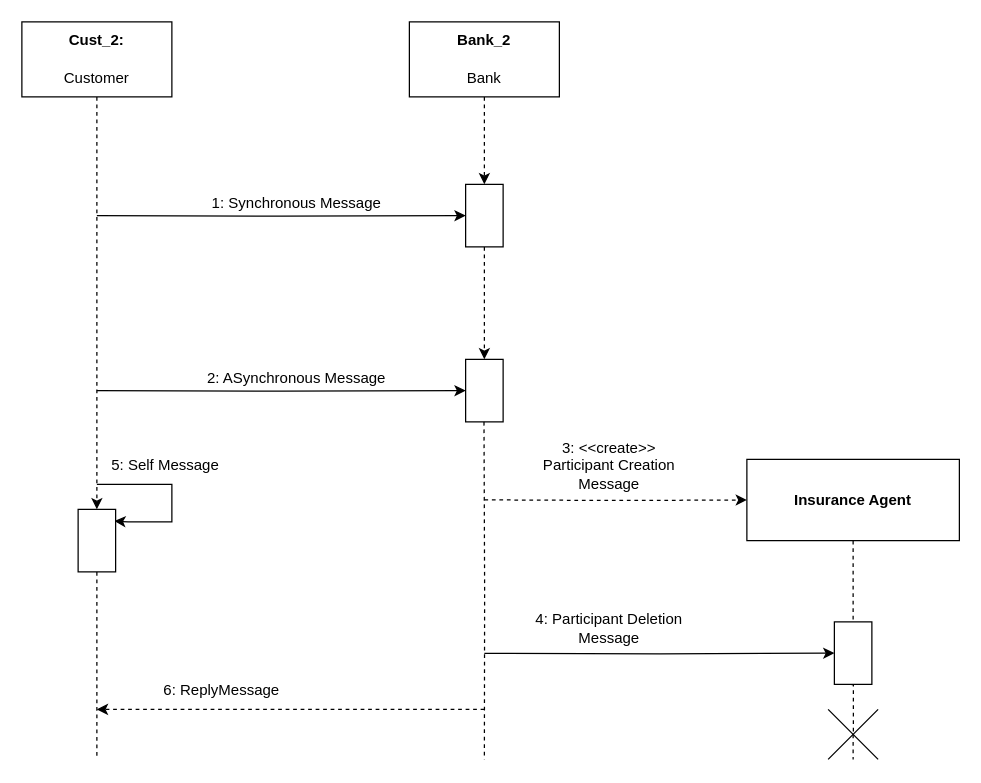
This is LAB_2.drawio from kiran-katakam/firebase_testing, a draw.io file, before an edit. Source tidied: cells renumbered, new cells numbered last; positions are measured from the earlier drawing's top-left corner, leaving out a move shared by most shapes. Both pictures are drawn from the tidied source at 125%, with x=0, y=0 at pixel (21, 21).
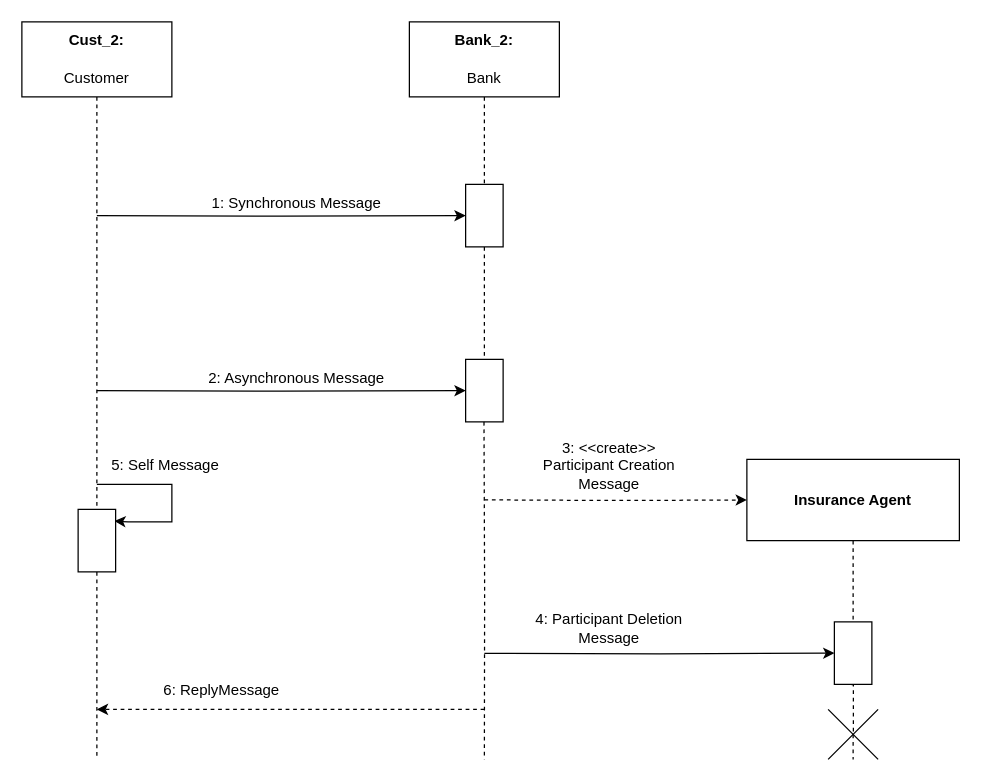
Above is the later version.

Unchanged cells that the change refers to:
```xml
<mxCell id="3" style="rounded=0;whiteSpace=wrap;html=1;" parent="1" vertex="1">
  <mxGeometry width="120" height="60" as="geometry" />
</mxCell>
<mxCell id="5" style="rounded=0;whiteSpace=wrap;html=1;" parent="1" vertex="1">
  <mxGeometry x="310" width="120" height="60" as="geometry" />
</mxCell>
<mxCell id="7" style="rounded=0;whiteSpace=wrap;html=1;rotation=90;" parent="1" vertex="1">
  <mxGeometry x="345" y="140" width="50" height="30" as="geometry" />
</mxCell>
<mxCell id="10" style="rounded=0;whiteSpace=wrap;html=1;rotation=90;" parent="1" vertex="1">
  <mxGeometry x="35" y="400" width="50" height="30" as="geometry" />
</mxCell>
<mxCell id="12" style="rounded=0;whiteSpace=wrap;html=1;rotation=90;" parent="1" vertex="1">
  <mxGeometry x="345" y="280" width="50" height="30" as="geometry" />
</mxCell>
```

Diff of the diagram source:
```diff
@@
-    <mxCell id="2" style="edgeStyle=orthogonalEdgeStyle;rounded=0;jettySize=auto;html=1;exitX=0.5;exitY=1;exitDx=0;exitDy=0;entryX=0;entryY=0.5;entryDx=0;entryDy=0;dashed=1;" parent="1" edge="1" source="3" target="10">
+    <mxCell id="2" style="edgeStyle=orthogonalEdgeStyle;rounded=0;jettySize=auto;html=1;exitX=0.5;exitY=1;exitDx=0;exitDy=0;entryX=0;entryY=0.5;entryDx=0;entryDy=0;dashed=1;endArrow=none;endFill=0;" parent="1" edge="1" source="3" target="10">
       <mxGeometry relative="1" as="geometry" />
     </mxCell>
@@
-    <mxCell id="4" style="edgeStyle=orthogonalEdgeStyle;rounded=0;jettySize=auto;html=1;dashed=1;" parent="1" edge="1" source="5" target="7">
+    <mxCell id="4" style="edgeStyle=orthogonalEdgeStyle;rounded=0;jettySize=auto;html=1;dashed=1;endArrow=none;endFill=0;" parent="1" edge="1" source="5" target="7">
       <mxGeometry relative="1" as="geometry" />
     </mxCell>
@@
-    <mxCell id="6" style="edgeStyle=orthogonalEdgeStyle;rounded=0;jettySize=auto;html=1;exitX=1;exitY=0.5;exitDx=0;exitDy=0;entryX=0;entryY=0.5;entryDx=0;entryDy=0;dashed=1;" parent="1" edge="1" source="7" target="12">
+    <mxCell id="6" style="edgeStyle=orthogonalEdgeStyle;rounded=0;jettySize=auto;html=1;exitX=1;exitY=0.5;exitDx=0;exitDy=0;entryX=0;entryY=0.5;entryDx=0;entryDy=0;dashed=1;endArrow=none;endFill=0;" parent="1" edge="1" source="7" target="12">
       <mxGeometry relative="1" as="geometry" />
     </mxCell>
@@
-    <mxCell id="26" value="&lt;b&gt;Bank_2&lt;/b&gt;" style="text;strokeColor=none;align=center;fillColor=none;html=1;verticalAlign=middle;whiteSpace=wrap;rounded=0;" parent="1" vertex="1">
+    <mxCell id="26" value="&lt;b&gt;Bank_2:&lt;/b&gt;" style="text;strokeColor=none;align=center;fillColor=none;html=1;verticalAlign=middle;whiteSpace=wrap;rounded=0;" parent="1" vertex="1">
       <mxGeometry x="340" width="60" height="30" as="geometry" />
     </mxCell>
@@
-    <mxCell id="29" value="2: ASynchronous Message" style="text;strokeColor=none;align=center;fillColor=none;html=1;verticalAlign=middle;whiteSpace=wrap;rounded=0;" parent="1" vertex="1">
+    <mxCell id="29" value="2: Asynchronous Message" style="text;strokeColor=none;align=center;fillColor=none;html=1;verticalAlign=middle;whiteSpace=wrap;rounded=0;" parent="1" vertex="1">
       <mxGeometry x="140" y="270" width="160" height="30" as="geometry" />
     </mxCell>
```
